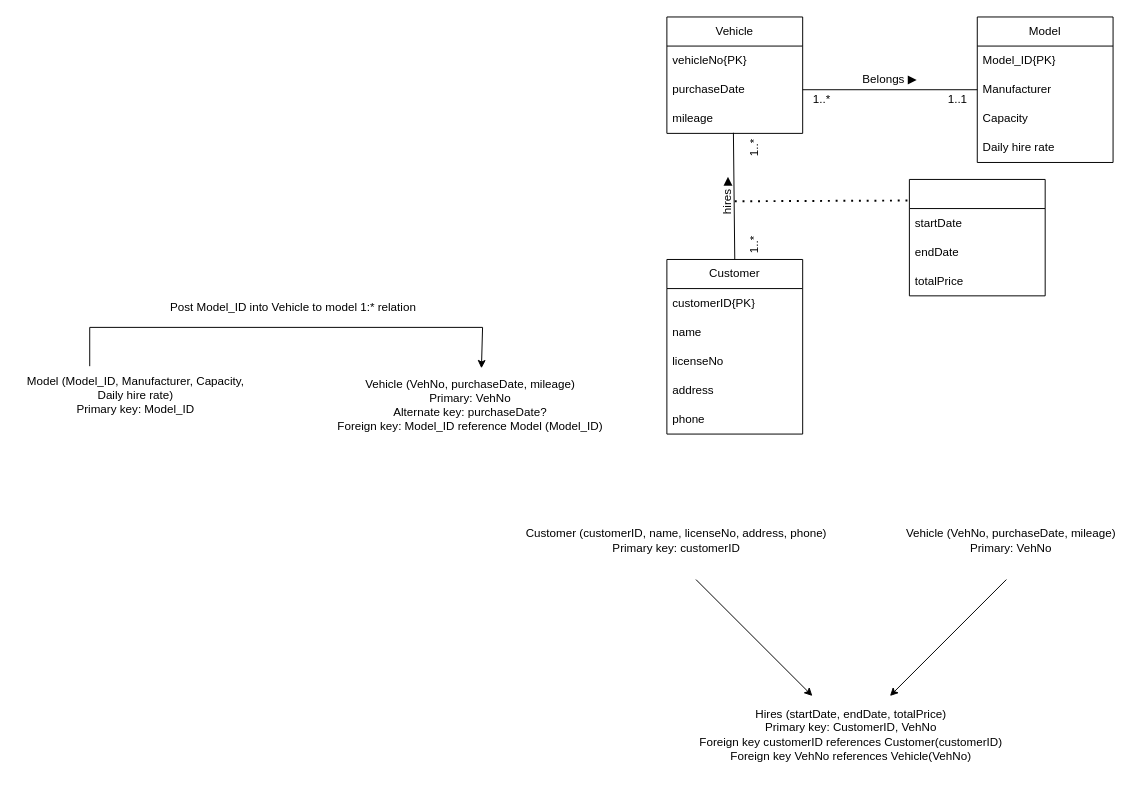
This is DBMS_T02_3a.drawio from shadowngks/DBMS, a draw.io file, before an edit. Source tidied: cells renumbered, new cells numbered last; positions are measured from the earlier drawing's top-left corner, leaving out a move shared by most shapes. Both pictures are drawn from the tidied source at 97%, with x=0, y=0 at pixel (16, 16).
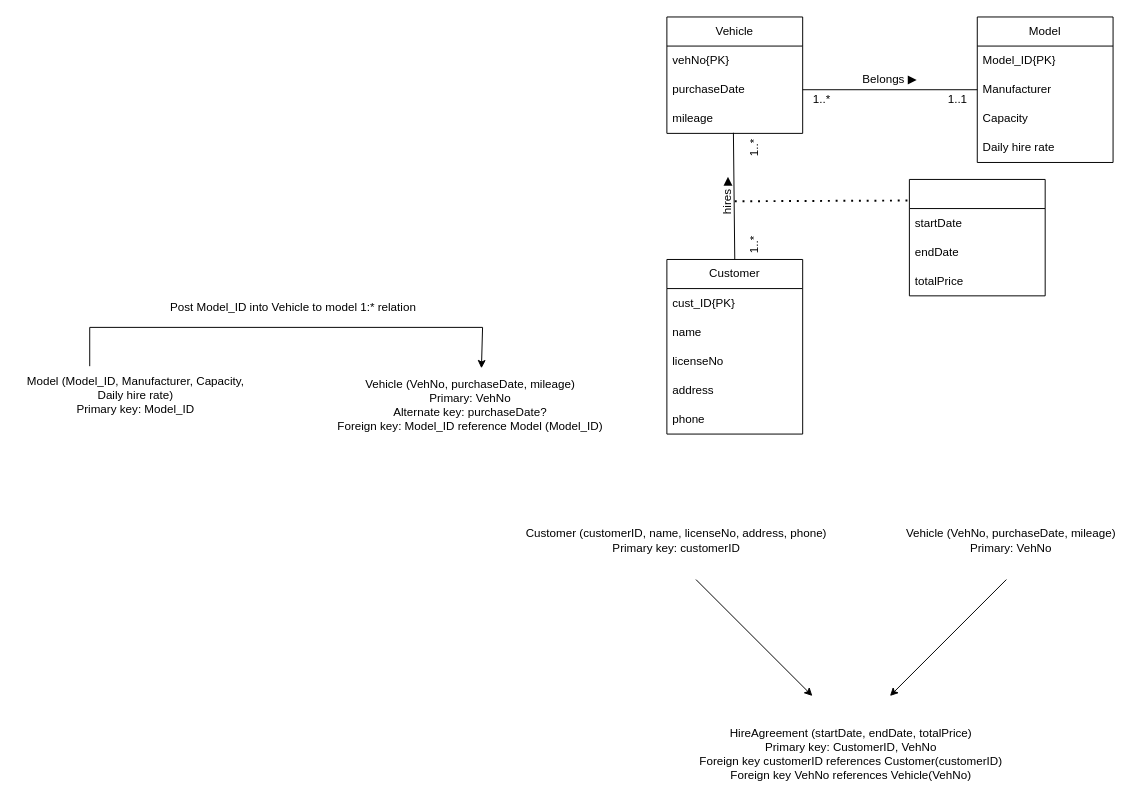
After the change.

Unchanged cells that the change refers to:
```xml
<mxCell id="2" value="Vehicle" style="swimlane;fontStyle=0;horizontal=1;startSize=30;whiteSpace=wrap;html=1;" parent="1" vertex="1">
  <mxGeometry x="670" width="140" height="120" as="geometry" />
</mxCell>
<mxCell id="15" value="Customer" style="swimlane;fontStyle=0;horizontal=1;startSize=30;whiteSpace=wrap;html=1;" parent="1" vertex="1">
  <mxGeometry x="670" y="250" width="140" height="180" as="geometry" />
</mxCell>
```

Change to the diagram source:
```diff
@@
-    <mxCell id="3" value="vehicleNo{PK}" style="text;strokeColor=none;fillColor=none;align=left;verticalAlign=middle;spacingLeft=4;spacingRight=4;overflow=hidden;whiteSpace=wrap;html=1;" parent="2" vertex="1">
+    <mxCell id="3" value="vehNo{PK}" style="text;strokeColor=none;fillColor=none;align=left;verticalAlign=middle;spacingLeft=4;spacingRight=4;overflow=hidden;whiteSpace=wrap;html=1;" parent="2" vertex="1">
       <mxGeometry y="30" width="140" height="30" as="geometry" />
     </mxCell>
@@
-    <mxCell id="16" value="customerID{PK}" style="text;strokeColor=none;fillColor=none;align=left;verticalAlign=middle;spacingLeft=4;spacingRight=4;overflow=hidden;whiteSpace=wrap;html=1;" parent="15" vertex="1">
+    <mxCell id="16" value="cust_ID{PK}" style="text;strokeColor=none;fillColor=none;align=left;verticalAlign=middle;spacingLeft=4;spacingRight=4;overflow=hidden;whiteSpace=wrap;html=1;" parent="15" vertex="1">
       <mxGeometry y="30" width="140" height="30" as="geometry" />
     </mxCell>
@@
-    <mxCell id="38" value="Hires (startDate, endDate, totalPrice)&lt;div&gt;Primary key: CustomerID, VehNo&lt;/div&gt;&lt;div&gt;Foreign key customerID references Customer(customerID)&lt;/div&gt;&lt;div&gt;Foreign key VehNo references Vehicle(VehNo)&lt;br&gt;&lt;/div&gt;" style="text;html=1;align=center;verticalAlign=middle;whiteSpace=wrap;rounded=0;" parent="1" vertex="1">
-      <mxGeometry x="640" y="700" width="440" height="80" as="geometry" />
+    <mxCell id="38" value="HireAgreement (startDate, endDate, totalPrice)&lt;div&gt;Primary key: CustomerID, VehNo&lt;/div&gt;&lt;div&gt;Foreign key customerID references Customer(customerID)&lt;/div&gt;&lt;div&gt;Foreign key VehNo references Vehicle(VehNo)&lt;br&gt;&lt;/div&gt;" style="text;html=1;align=center;verticalAlign=middle;whiteSpace=wrap;rounded=0;" parent="1" vertex="1">
+      <mxGeometry x="640" y="720" width="440" height="80" as="geometry" />
     </mxCell>
```
